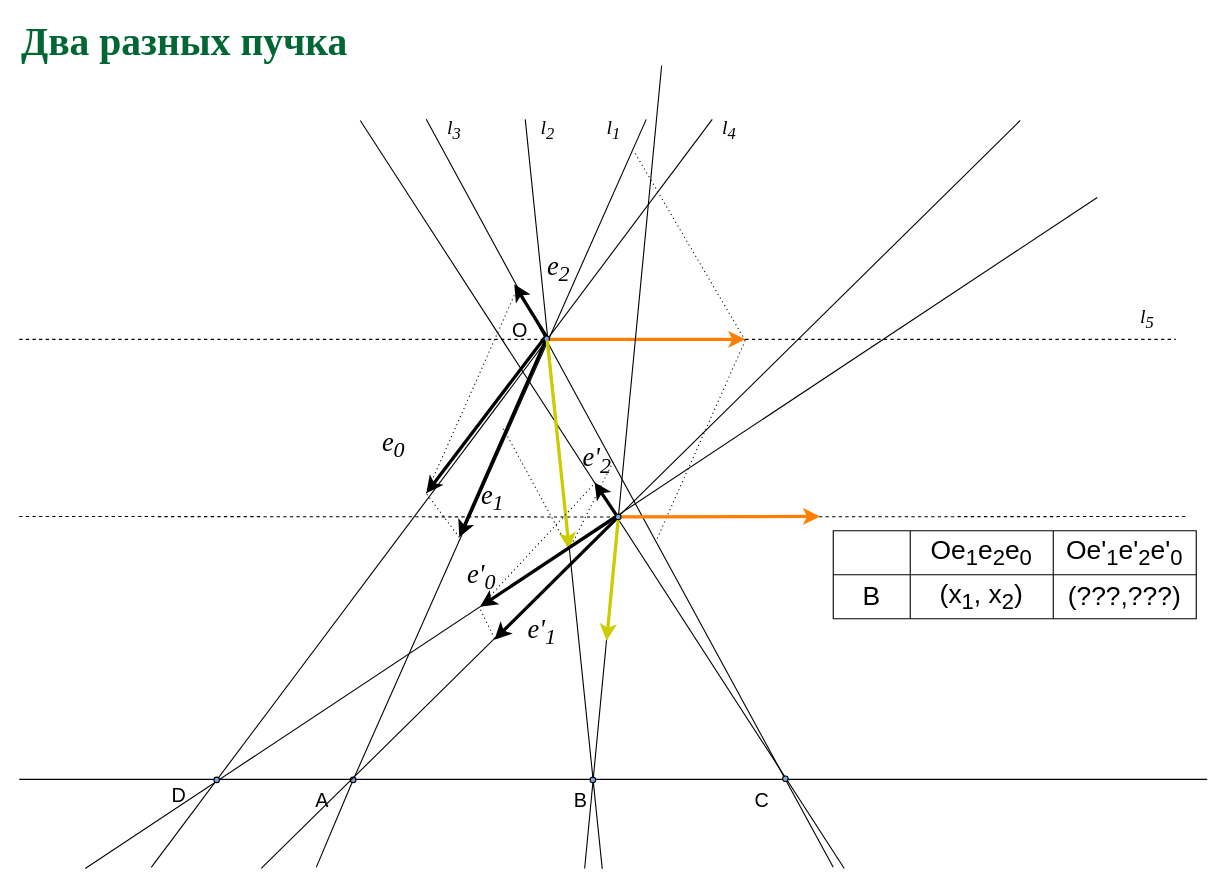
Above: page "p18" (24 of 31) of slides/proj.drawio in amcp-pit/geom_course (draw.io), before the change. Source tidied: cells renumbered, new cells numbered last; positions are measured from the earlier drawing's top-left corner, leaving out a move shared by most shapes. Both pictures are drawn from the tidied source at 110%, with x=0, y=0 at pixel (19, 31).
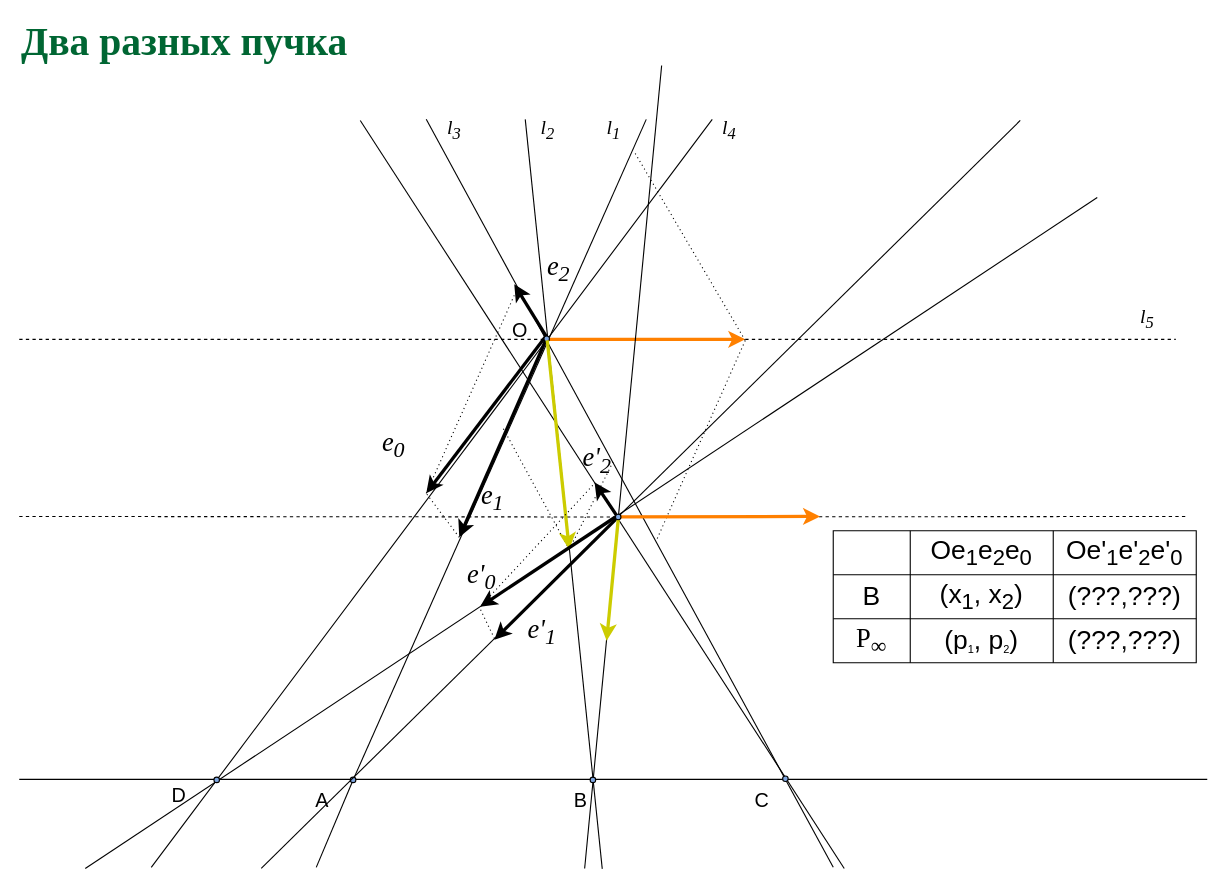
Above is the later version.

Diff of the diagram source:
```diff
@@
     <mxCell id="56" style="shape=table;html=1;whiteSpace=wrap;startSize=0;childLayout=tableLayout;" parent="1" vertex="1">
-      <mxGeometry x="740" y="454" width="330" height="80" as="geometry" />
+      <mxGeometry x="740" y="454" width="330" height="120" as="geometry" />
     </mxCell>
@@
+    <mxCell id="65" style="shape=partialRectangle;html=1;whiteSpace=wrap;fillColor=none;top=0;left=0;bottom=0;right=0;" parent="56" vertex="1">
+      <mxGeometry y="80" width="330" height="40" as="geometry" />
+    </mxCell>
+    <mxCell id="66" value="&lt;font face=&quot;Times New Roman&quot; style=&quot;font-size: 24px&quot;&gt;P&lt;/font&gt;&lt;font face=&quot;Times New Roman&quot; style=&quot;font-size: 24px&quot;&gt;&lt;sub&gt;∞&lt;/sub&gt;&lt;/font&gt;" style="shape=partialRectangle;html=1;whiteSpace=wrap;overflow=hidden;fillColor=none;top=0;left=0;bottom=0;right=0;" parent="65" vertex="1">
+      <mxGeometry width="70" height="40" as="geometry" />
+    </mxCell>
+    <mxCell id="67" value="&lt;span style=&quot;font-size: 24px&quot;&gt;(p&lt;/span&gt;&lt;sub&gt;1&lt;/sub&gt;&lt;span style=&quot;font-size: 24px&quot;&gt;, p&lt;/span&gt;&lt;sub&gt;2&lt;/sub&gt;&lt;span style=&quot;font-size: 24px&quot;&gt;)&lt;/span&gt;" style="shape=partialRectangle;html=1;whiteSpace=wrap;overflow=hidden;fillColor=none;top=0;left=0;bottom=0;right=0;" parent="65" vertex="1">
+      <mxGeometry x="70" width="130" height="40" as="geometry" />
+    </mxCell>
+    <mxCell id="68" value="&lt;span style=&quot;font-size: 24px&quot;&gt;(???&lt;/span&gt;&lt;span style=&quot;color: rgb(17 , 17 , 17) ; font-family: &amp;#34;u0000&amp;#34; ; font-size: 24px ; background-color: rgb(255 , 255 , 255)&quot;&gt;,&lt;/span&gt;&lt;span style=&quot;font-size: 24px&quot;&gt;???&lt;/span&gt;&lt;span style=&quot;font-size: 24px&quot;&gt;)&lt;/span&gt;" style="shape=partialRectangle;html=1;whiteSpace=wrap;overflow=hidden;fillColor=none;top=0;left=0;bottom=0;right=0;" parent="65" vertex="1">
+      <mxGeometry x="200" width="130" height="40" as="geometry" />
+    </mxCell>
```
